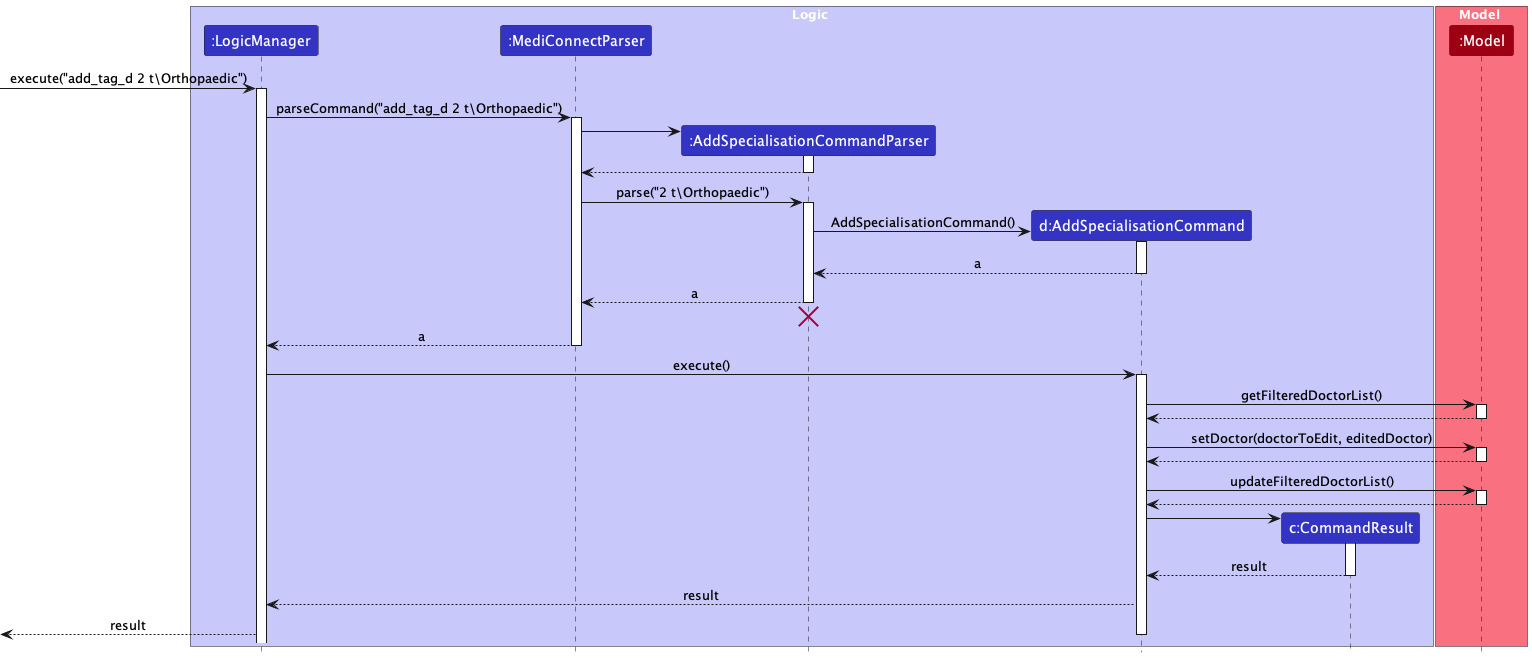
The PlantUML diagram docs/images/AddSpecialisationSequenceDiagram.png in yanghengtang/tp, before a commit.
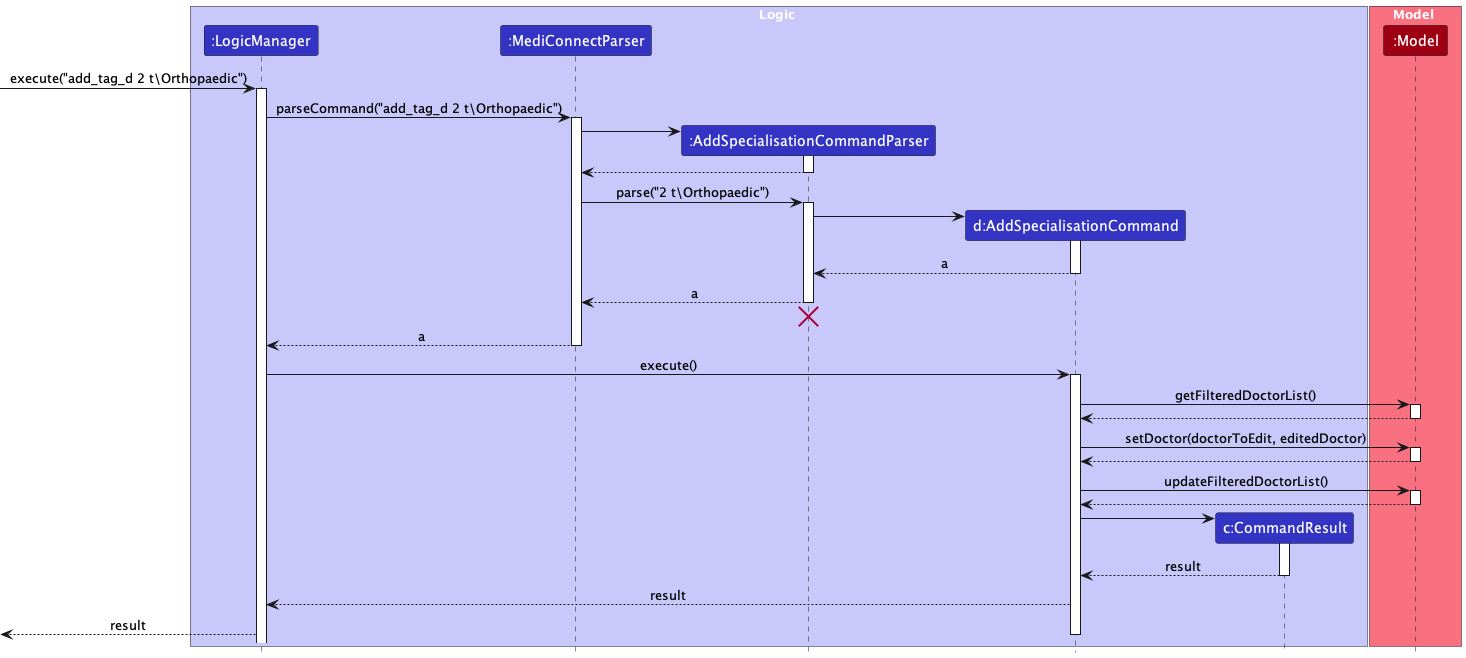
Later version of the same file.

What changed in the source:
```diff
@@ -32,7 +32,7 @@
 
 
 create AddSpecialisationCommand
-AddSpecialisationCommandParser -> AddSpecialisationCommand : AddSpecialisationCommand()
+AddSpecialisationCommandParser -> AddSpecialisationCommand
 activate AddSpecialisationCommand
 
 AddSpecialisationCommand --> AddSpecialisationCommandParser : a
```
